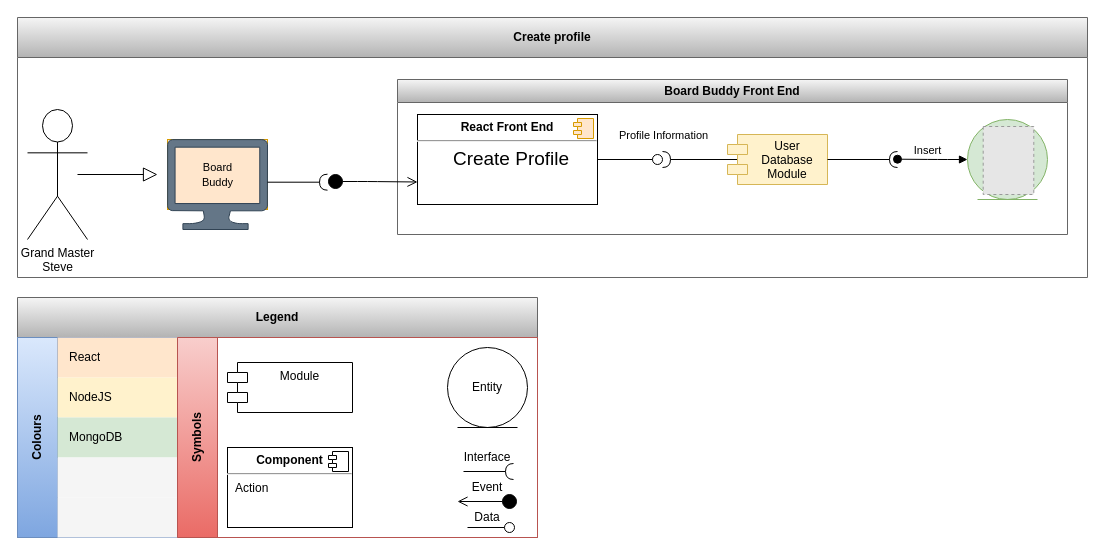
This is documentation/use-case-diagrams/01_create-profile.drawio from Techmate-Chess/BoardBuddy, a draw.io file, before an edit. Source tidied: cells renumbered, new cells numbered last; positions are measured from the earlier drawing's top-left corner, leaving out a move shared by most shapes. Both pictures are drawn from the tidied source at 100%, with x=0, y=0 at pixel (17, 17). Pictures stored in the file or linked from it are replaced by grey dashed boxes.
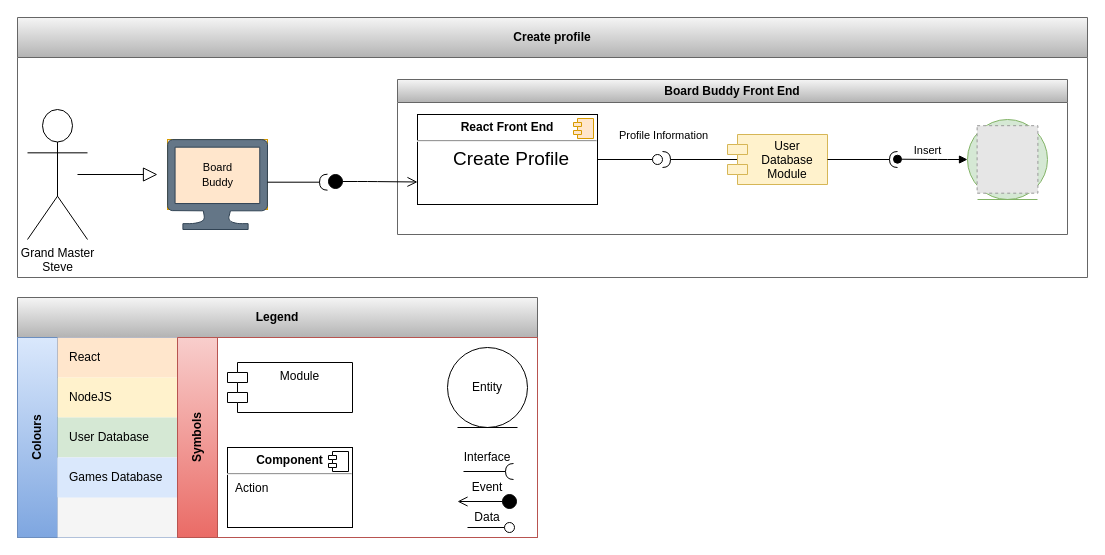
The same page after the edit.

Commit message (it also covers changes not shown here):
Starting to create database

Unchanged cells that the change refers to:
```xml
<mxCell id="3" value="Board Buddy Front End" style="swimlane;whiteSpace=wrap;html=1;swimlaneFillColor=#FFFFFF;fillColor=#f5f5f5;gradientColor=#b3b3b3;strokeColor=#666666;" parent="2" vertex="1">
  <mxGeometry x="380" y="62" width="670" height="155" as="geometry" />
</mxCell>
<mxCell id="23" value="Colours" style="swimlane;horizontal=0;whiteSpace=wrap;html=1;startSize=40;fillColor=#dae8fc;gradientColor=#7ea6e0;strokeColor=#6c8ebf;swimlaneFillColor=none;" parent="22" vertex="1">
  <mxGeometry y="40" width="160" height="200" as="geometry" />
</mxCell>
<mxCell id="24" style="shape=table;html=1;whiteSpace=wrap;startSize=0;childLayout=tableLayout;fillColor=none;align=left;spacingLeft=10;strokeColor=none;rounded=1;arcSize=11;fontColor=#FFFFFF;" parent="23" vertex="1">
  <mxGeometry x="40" width="120" height="200" as="geometry" />
</mxCell>
```

What changed in the source:
```diff
@@
-    <mxCell id="13" style="group;" parent="3" vertex="1">
-      <mxGeometry x="570" y="40" width="80" height="80" as="geometry" />
-    </mxCell>
-    <mxCell id="14" style="ellipse;shape=umlEntity;whiteSpace=wrap;html=1;fillColor=#d5e8d4;strokeColor=#82b366;" parent="13" vertex="1">
-      <mxGeometry width="80" height="80" as="geometry" />
+    <mxCell id="14" style="ellipse;shape=umlEntity;whiteSpace=wrap;html=1;fillColor=#d5e8d4;strokeColor=#82b366;" parent="3" vertex="1">
+      <mxGeometry x="570" y="40" width="80" height="80" as="geometry" />
     </mxCell>
-    <mxCell id="15" style="fillColor=#E6E6E6;strokeColor=#999999;dashed=1;verticalLabelPosition=bottom;labelBackgroundColor=default;verticalAlign=top;" parent="13" vertex="1">
-      <mxGeometry x="15.7" y="7" width="50.6" height="68" as="geometry" />
-    </mxCell>
+    <mxCell id="43" style="fillColor=#E6E6E6;strokeColor=#999999;dashed=1;verticalLabelPosition=bottom;labelBackgroundColor=default;verticalAlign=top;" parent="3" vertex="1">
+      <mxGeometry x="579.6" y="46.2" width="60.8" height="67.5" as="geometry" />
+    </mxCell>
@@
-    <mxCell id="27" value="MongoDB" style="shape=partialRectangle;html=1;whiteSpace=wrap;fillColor=#d5e8d4;top=0;left=0;bottom=0;right=0;overflow=hidden;align=left;spacingLeft=10;strokeColor=#82b366;" parent="24" vertex="1">
+    <mxCell id="27" value="User Database" style="shape=partialRectangle;html=1;whiteSpace=wrap;fillColor=#d5e8d4;top=0;left=0;bottom=0;right=0;overflow=hidden;align=left;spacingLeft=10;strokeColor=#82b366;" parent="24" vertex="1">
       <mxGeometry y="80" width="120" height="40" as="geometry" />
     </mxCell>
@@
+    <mxCell id="44" value="Games Database" style="shape=partialRectangle;html=1;whiteSpace=wrap;fillColor=#dae8fc;top=0;left=0;bottom=0;right=0;overflow=hidden;align=left;spacingLeft=10;strokeColor=#6c8ebf;" parent="23" vertex="1">
+      <mxGeometry x="40" y="120" width="120" height="40" as="geometry" />
+    </mxCell>
```
